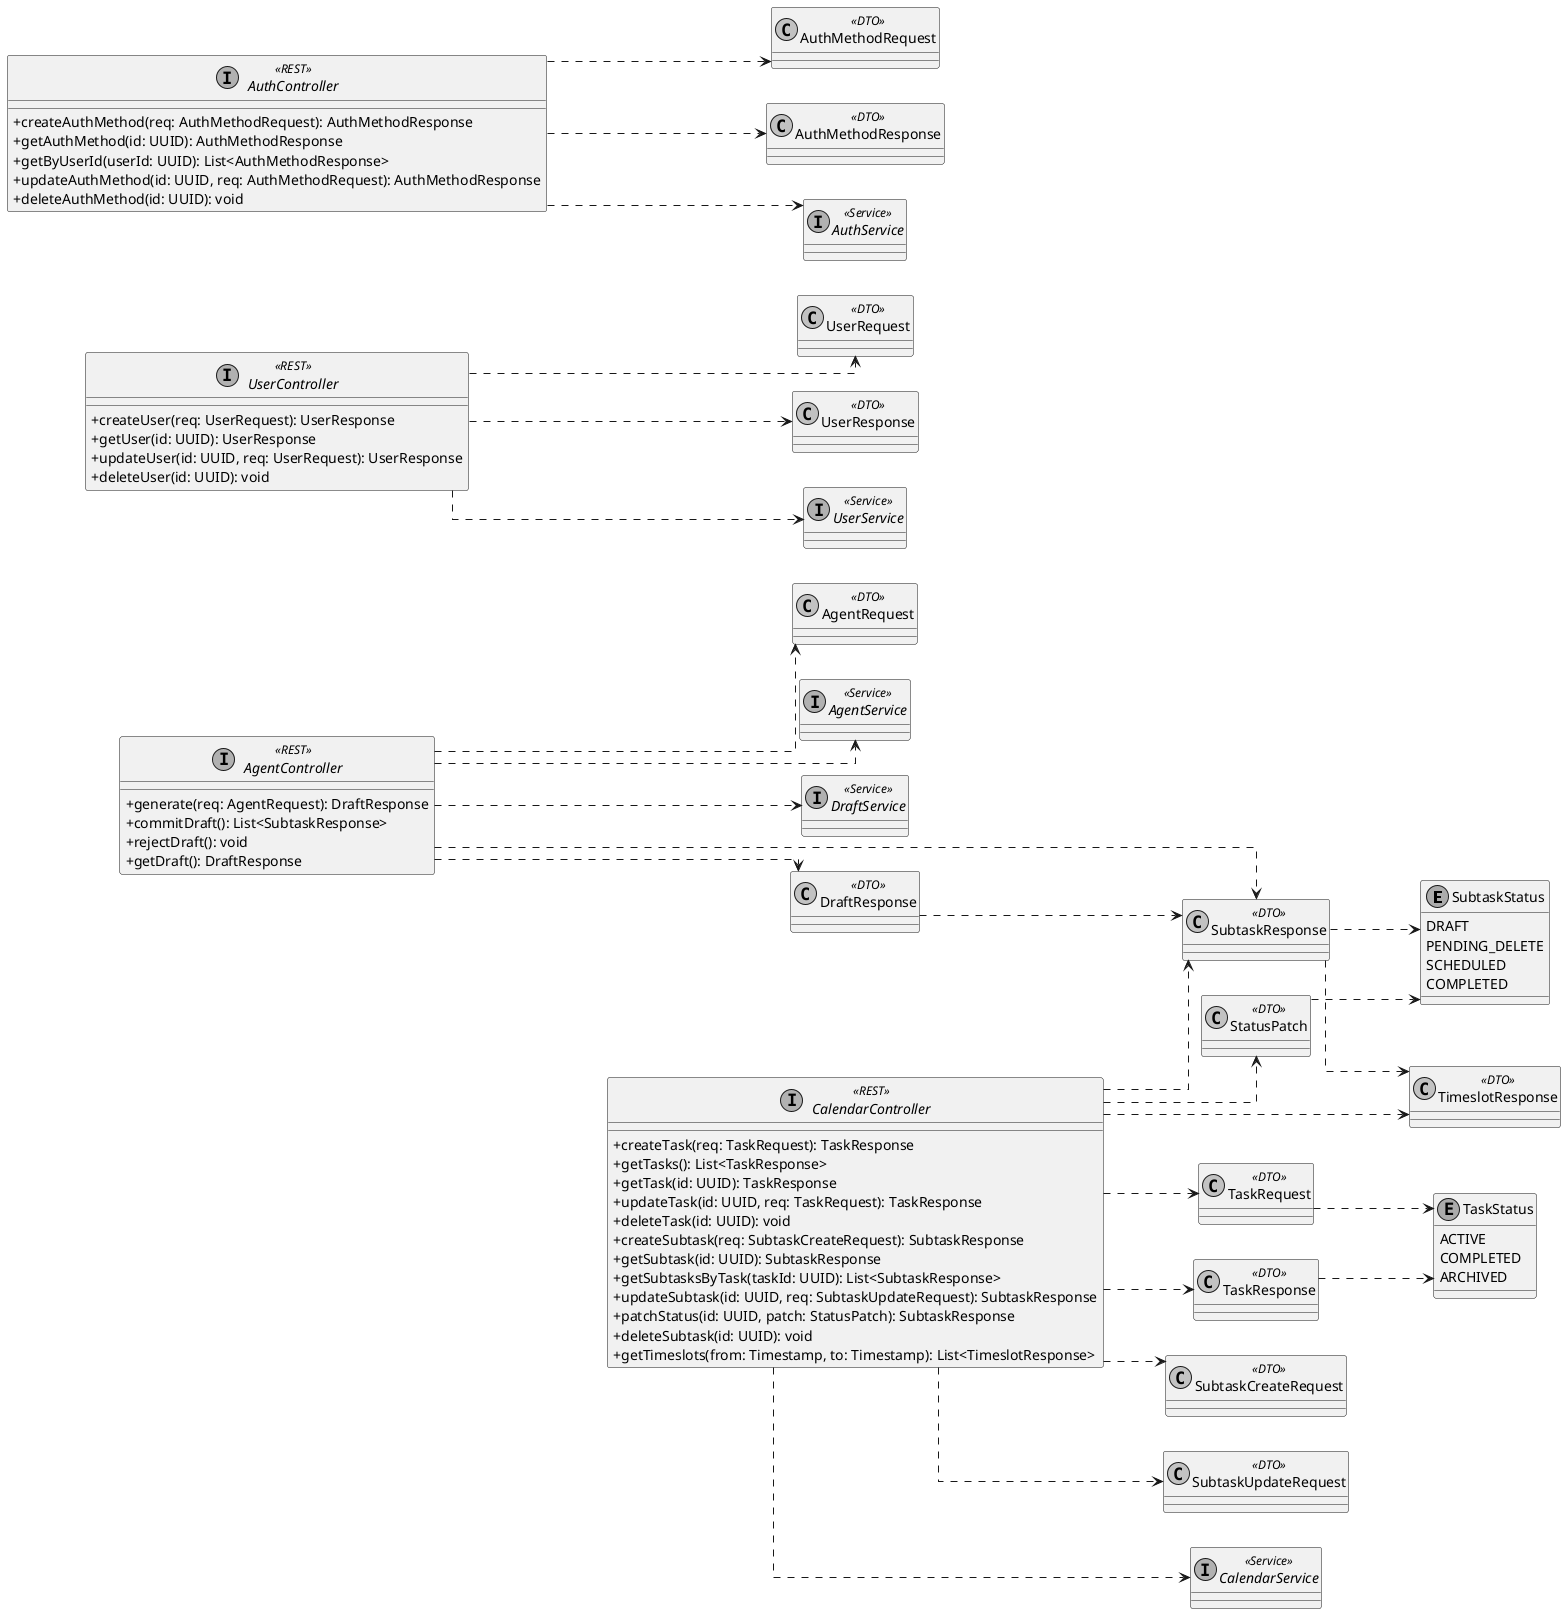
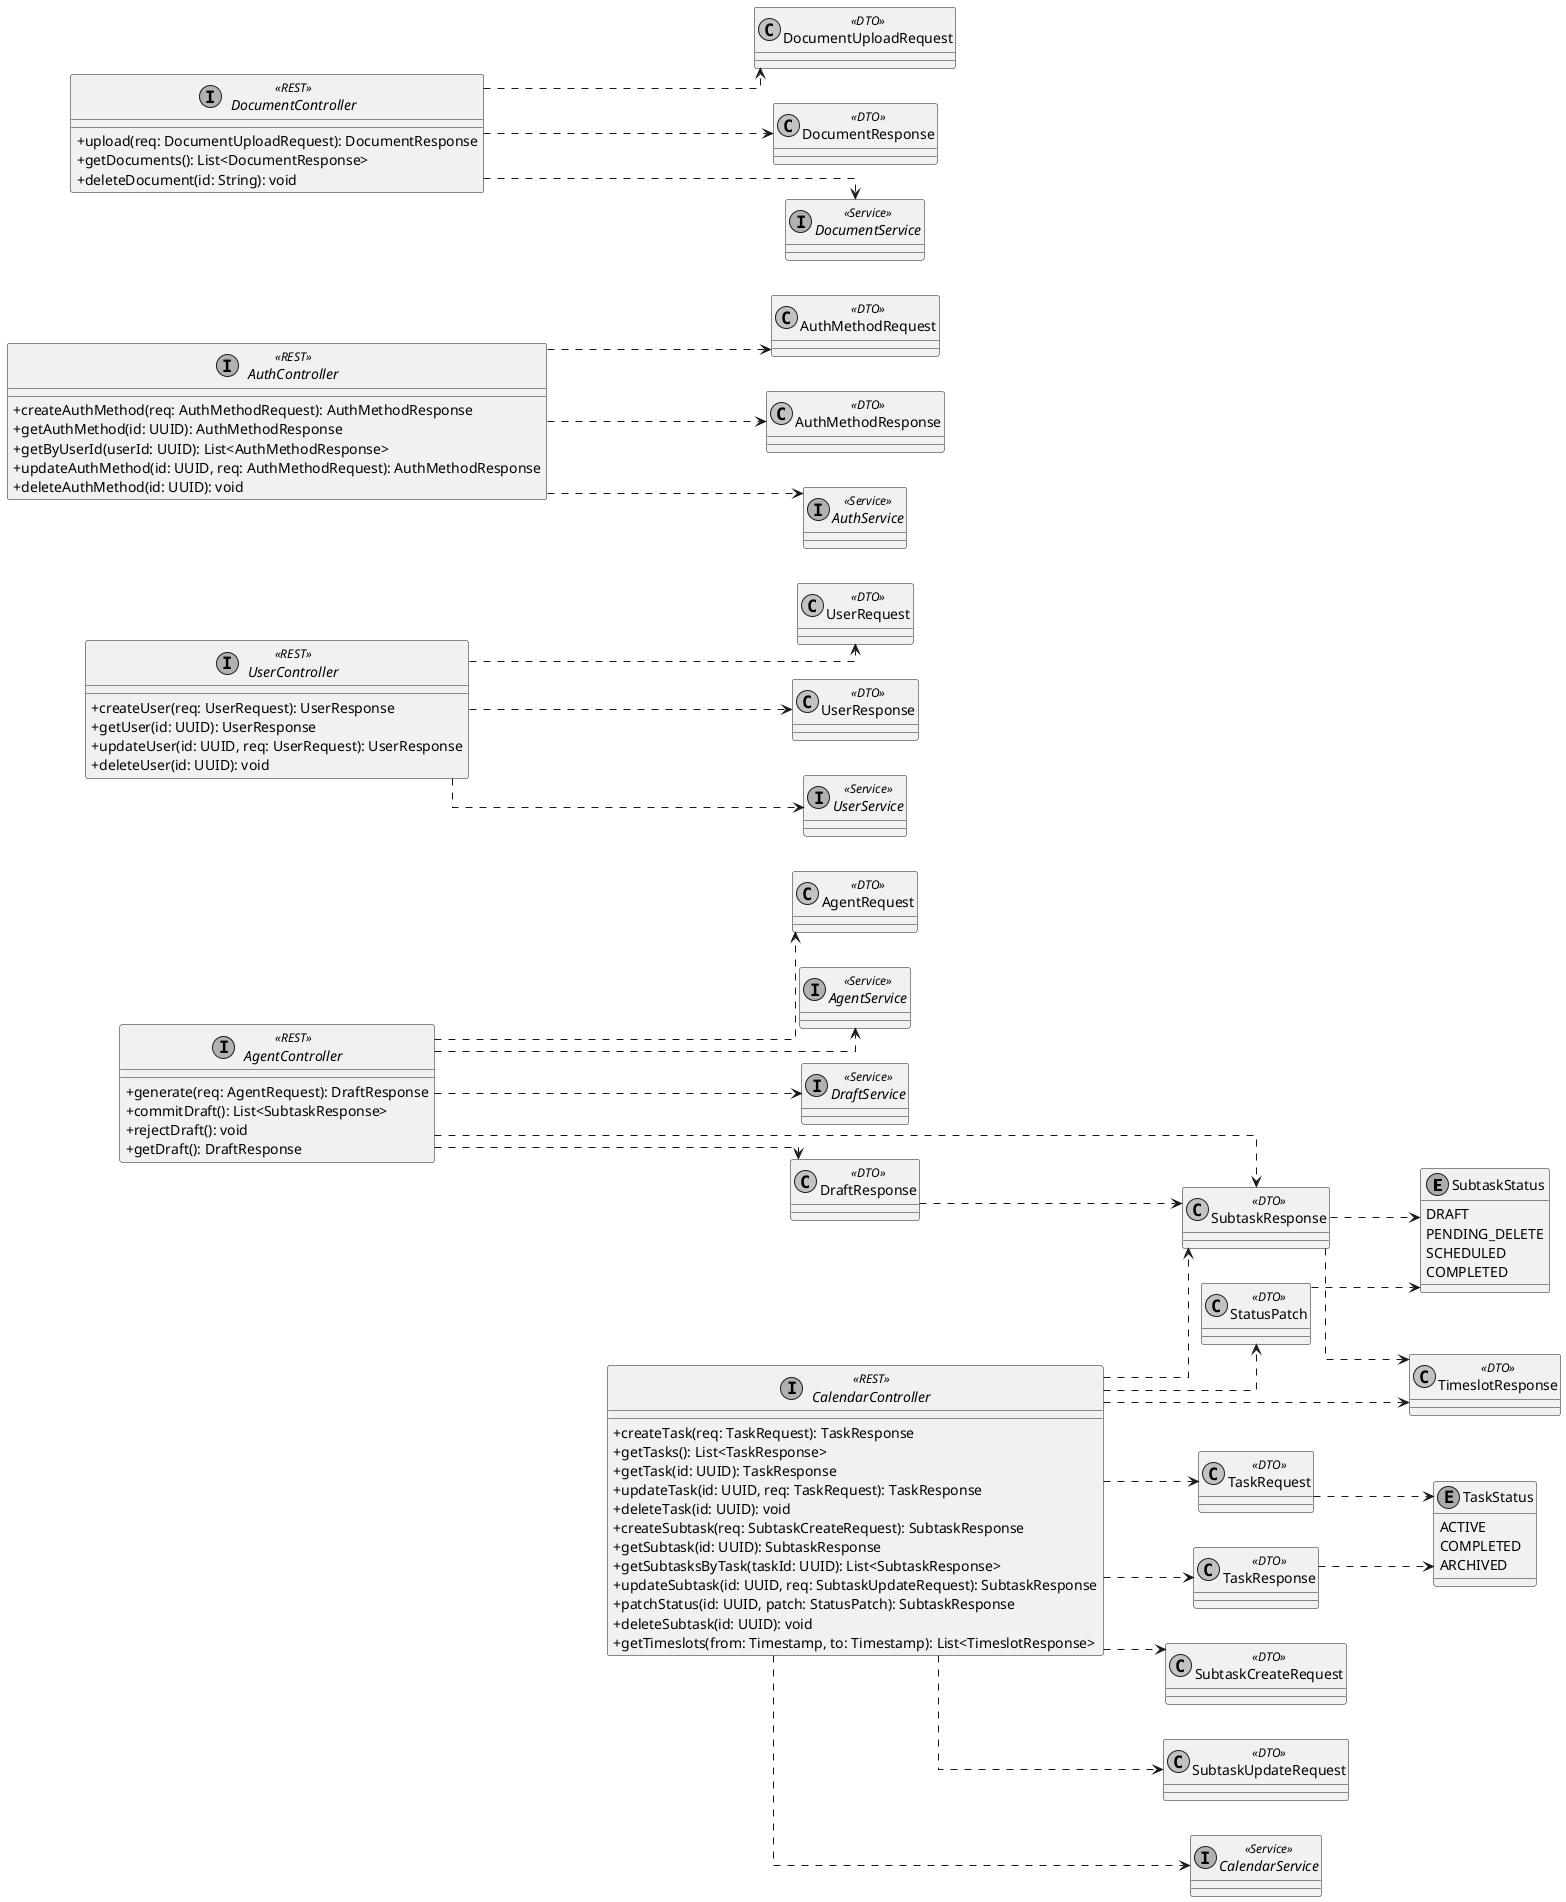
@startuml
skinparam monochrome true
skinparam shadowing false
skinparam defaultFontName Arial
skinparam classAttributeIconSize 0
skinparam linetype ortho
left to right direction

enum SubtaskStatus {
    DRAFT
    PENDING_DELETE
    SCHEDULED
    COMPLETED
}

enum TaskStatus {
    ACTIVE
    COMPLETED
    ARCHIVED
}

class UserRequest <<DTO>>
class UserResponse <<DTO>>
class AuthMethodRequest <<DTO>>
class AuthMethodResponse <<DTO>>
class TaskRequest <<DTO>>
class TaskResponse <<DTO>>
class SubtaskCreateRequest <<DTO>>
class SubtaskUpdateRequest <<DTO>>
class SubtaskResponse <<DTO>>
class StatusPatch <<DTO>>
class TimeslotResponse <<DTO>>
class AgentRequest <<DTO>>
class DraftResponse <<DTO>>
+ class DocumentUploadRequest <<DTO>>
+ class DocumentResponse <<DTO>>

interface UserService <<Service>>
interface AuthService <<Service>>
interface CalendarService <<Service>>
interface AgentService <<Service>>
interface DraftService <<Service>>
+ interface DocumentService <<Service>>

interface UserController <<REST>> {
    + createUser(req: UserRequest): UserResponse
    + getUser(id: UUID): UserResponse
    + updateUser(id: UUID, req: UserRequest): UserResponse
    + deleteUser(id: UUID): void
}

interface AuthController <<REST>> {
    + createAuthMethod(req: AuthMethodRequest): AuthMethodResponse
    + getAuthMethod(id: UUID): AuthMethodResponse
    + getByUserId(userId: UUID): List<AuthMethodResponse>
    + updateAuthMethod(id: UUID, req: AuthMethodRequest): AuthMethodResponse
    + deleteAuthMethod(id: UUID): void
}

interface CalendarController <<REST>> {
    + createTask(req: TaskRequest): TaskResponse
    + getTasks(): List<TaskResponse>
    + getTask(id: UUID): TaskResponse
    + updateTask(id: UUID, req: TaskRequest): TaskResponse
    + deleteTask(id: UUID): void
    + createSubtask(req: SubtaskCreateRequest): SubtaskResponse
    + getSubtask(id: UUID): SubtaskResponse
    + getSubtasksByTask(taskId: UUID): List<SubtaskResponse>
    + updateSubtask(id: UUID, req: SubtaskUpdateRequest): SubtaskResponse
    + patchStatus(id: UUID, patch: StatusPatch): SubtaskResponse
    + deleteSubtask(id: UUID): void
    + getTimeslots(from: Timestamp, to: Timestamp): List<TimeslotResponse>
}

interface AgentController <<REST>> {
    + generate(req: AgentRequest): DraftResponse
    + commitDraft(): List<SubtaskResponse>
    + rejectDraft(): void
    + getDraft(): DraftResponse
}

+ interface DocumentController <<REST>> {
+     + upload(req: DocumentUploadRequest): DocumentResponse
+     + getDocuments(): List<DocumentResponse>
+     + deleteDocument(id: String): void
+ }
+ 
UserController ..> UserRequest
UserController ..> UserResponse
UserController ..> UserService

AuthController ..> AuthMethodRequest
AuthController ..> AuthMethodResponse
AuthController ..> AuthService

CalendarController ..> TaskRequest
CalendarController ..> TaskResponse
CalendarController ..> SubtaskCreateRequest
CalendarController ..> SubtaskUpdateRequest
CalendarController ..> SubtaskResponse
CalendarController ..> StatusPatch
CalendarController ..> TimeslotResponse
CalendarController ..> CalendarService

AgentController ..> AgentRequest
AgentController ..> DraftResponse
AgentController ..> SubtaskResponse
AgentController ..> AgentService
AgentController ..> DraftService

+ DocumentController ..> DocumentUploadRequest
+ DocumentController ..> DocumentResponse
+ DocumentController ..> DocumentService
+ 
TaskRequest ..> TaskStatus
TaskResponse ..> TaskStatus
SubtaskResponse ..> SubtaskStatus
StatusPatch ..> SubtaskStatus
SubtaskResponse ..> TimeslotResponse
DraftResponse ..> SubtaskResponse

@enduml
